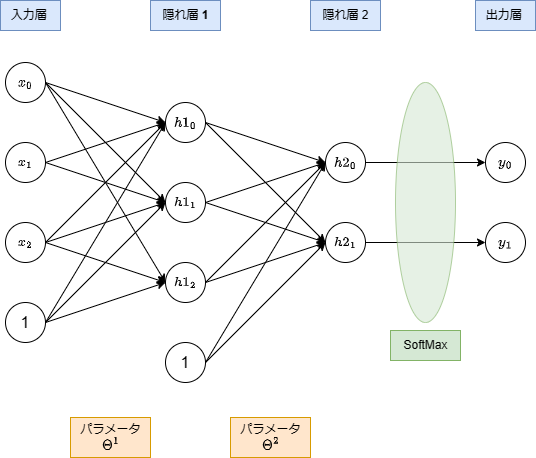
Before: images/dn.png, a diagram exported from draw.io (nikaided/FTLLM). Source tidied: cells renumbered, new cells last; positions are measured from the earlier drawing's top-left corner, leaving out a move shared by most shapes.
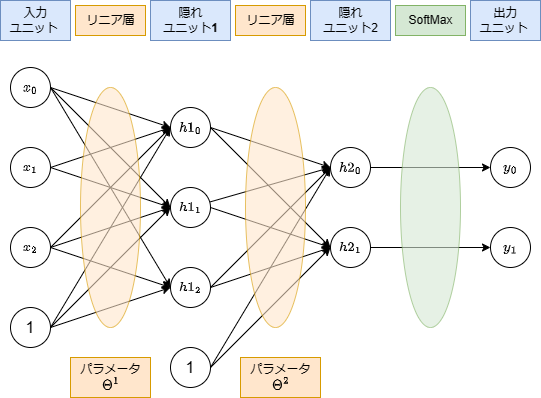
The same file after the commit.

What changed in the source:
```diff
@@ -44,12 +44,12 @@
     <mxCell id="15" value="`h1_0`" style="ellipse;whiteSpace=wrap;html=1;" parent="1" vertex="1">
       <mxGeometry x="165" y="102" width="40" height="40" as="geometry" />
     </mxCell>
+    <mxCell id="17" style="rounded=0;jettySize=auto;html=1;exitX=1;exitY=0.5;exitDx=0;exitDy=0;entryX=0;entryY=0.5;entryDx=0;entryDy=0;" parent="1" edge="1" source="18" target="27">
+      <mxGeometry relative="1" as="geometry" />
+    </mxCell>
-    <mxCell id="16" style="rounded=0;jettySize=auto;html=1;exitX=1;exitY=0.5;exitDx=0;exitDy=0;entryX=0;entryY=0.5;entryDx=0;entryDy=0;" parent="1" edge="1" source="18" target="29">
+    <mxCell id="16" style="rounded=0;jettySize=auto;html=1;entryX=0;entryY=0.5;entryDx=0;entryDy=0;" parent="1" edge="1" source="18" target="29">
       <mxGeometry relative="1" as="geometry" />
     </mxCell>
-    <mxCell id="17" style="rounded=0;jettySize=auto;html=1;exitX=1;exitY=0.5;exitDx=0;exitDy=0;entryX=0;entryY=0.5;entryDx=0;entryDy=0;" parent="1" edge="1" source="18" target="27">
-      <mxGeometry relative="1" as="geometry" />
-    </mxCell>
     <mxCell id="18" value="`h1_1`" style="ellipse;whiteSpace=wrap;html=1;" parent="1" vertex="1">
       <mxGeometry x="165" y="182" width="40" height="40" as="geometry" />
     </mxCell>
@@ -88,11 +88,11 @@
     <mxCell id="29" value="`h2_0`" style="ellipse;whiteSpace=wrap;html=1;" parent="1" vertex="1">
       <mxGeometry x="325" y="142" width="40" height="40" as="geometry" />
     </mxCell>
-    <mxCell id="30" value="&lt;font style=&quot;font-size: 12px;&quot;&gt;パラメータ&lt;br&gt;`Theta^1`&lt;/font&gt;" style="text;html=1;align=center;verticalAlign=middle;strokeColor=#d79b00;fillColor=#ffe6cc;" parent="1" vertex="1">
-      <mxGeometry x="70" y="417" width="80" height="40" as="geometry" />
+    <mxCell id="30" value="SoftMax" style="text;html=1;align=center;verticalAlign=middle;strokeColor=#82b366;fillColor=#d5e8d4;" parent="1" vertex="1">
+      <mxGeometry x="390" width="70" height="30" as="geometry" />
     </mxCell>
     <mxCell id="31" value="&lt;font style=&quot;font-size: 12px;&quot;&gt;パラメータ&lt;br&gt;`Theta^2`&lt;/font&gt;" style="text;html=1;align=center;verticalAlign=middle;strokeColor=#d79b00;fillColor=#ffe6cc;" parent="1" vertex="1">
-      <mxGeometry x="230" y="417" width="80" height="40" as="geometry" />
+      <mxGeometry x="235" y="352" width="80" height="40" as="geometry" />
     </mxCell>
     <mxCell id="32" style="rounded=0;jettySize=auto;html=1;exitX=1;exitY=0.5;exitDx=0;exitDy=0;entryX=0;entryY=0.5;entryDx=0;entryDy=0;" parent="1" edge="1" source="34" target="29">
       <mxGeometry relative="1" as="geometry" />
@@ -103,14 +103,14 @@
     <mxCell id="34" value="&lt;font style=&quot;font-size: 16px;&quot;&gt;1&lt;/font&gt;" style="ellipse;whiteSpace=wrap;html=1;" parent="1" vertex="1">
       <mxGeometry x="165" y="342" width="40" height="40" as="geometry" />
     </mxCell>
-    <mxCell id="35" value="入力層&amp;nbsp;" style="text;html=1;align=center;verticalAlign=middle;strokeColor=#6c8ebf;fillColor=#dae8fc;" parent="1" vertex="1">
-      <mxGeometry width="60" height="30" as="geometry" />
+    <mxCell id="35" value="入力&lt;br&gt;ユニット&amp;nbsp;" style="text;html=1;align=center;verticalAlign=middle;strokeColor=#6c8ebf;fillColor=#dae8fc;" parent="1" vertex="1">
+      <mxGeometry x="-5" y="-5" width="70" height="40" as="geometry" />
     </mxCell>
-    <mxCell id="36" value="隠れ層 &lt;b&gt;1&lt;/b&gt;" style="text;html=1;align=center;verticalAlign=middle;strokeColor=#6c8ebf;fillColor=#dae8fc;" parent="1" vertex="1">
-      <mxGeometry x="150" width="70" height="30" as="geometry" />
+    <mxCell id="36" value="隠れ&lt;br&gt;ユニット&lt;b&gt;1&lt;/b&gt;" style="text;html=1;align=center;verticalAlign=middle;strokeColor=#6c8ebf;fillColor=#dae8fc;" parent="1" vertex="1">
+      <mxGeometry x="145" y="-5" width="80" height="40" as="geometry" />
     </mxCell>
-    <mxCell id="37" value="隠れ層 2" style="text;html=1;align=center;verticalAlign=middle;strokeColor=#6c8ebf;fillColor=#dae8fc;" parent="1" vertex="1">
-      <mxGeometry x="310" width="70" height="30" as="geometry" />
+    <mxCell id="37" value="隠れ&lt;br&gt;ユニット2" style="text;html=1;align=center;verticalAlign=middle;strokeColor=#6c8ebf;fillColor=#dae8fc;" parent="1" vertex="1">
+      <mxGeometry x="305" y="-5" width="80" height="40" as="geometry" />
     </mxCell>
     <mxCell id="38" value="`y_1`" style="ellipse;whiteSpace=wrap;html=1;" parent="1" vertex="1">
       <mxGeometry x="485" y="222" width="40" height="40" as="geometry" />
@@ -121,11 +121,23 @@
     <mxCell id="40" style="ellipse;whiteSpace=wrap;html=1;fillColor=#d5e8d4;strokeColor=#82b366;opacity=60;" parent="1" vertex="1">
       <mxGeometry x="395" y="82" width="60" height="240" as="geometry" />
     </mxCell>
-    <mxCell id="41" value="SoftMax" style="text;html=1;align=center;verticalAlign=middle;strokeColor=#82b366;fillColor=#d5e8d4;" parent="1" vertex="1">
-      <mxGeometry x="390" y="330" width="70" height="30" as="geometry" />
-    </mxCell>
-    <mxCell id="42" value="出力層&amp;nbsp;" style="text;html=1;align=center;verticalAlign=middle;strokeColor=#6c8ebf;fillColor=#dae8fc;" parent="1" vertex="1">
-      <mxGeometry x="475" width="60" height="30" as="geometry" />
+    <mxCell id="42" value="出力&lt;br&gt;ユニット&amp;nbsp;" style="text;html=1;align=center;verticalAlign=middle;strokeColor=#6c8ebf;fillColor=#dae8fc;" parent="1" vertex="1">
+      <mxGeometry x="465" y="-5" width="70" height="40" as="geometry" />
     </mxCell>
+    <mxCell id="43" value="リニア層" style="text;html=1;align=center;verticalAlign=middle;strokeColor=#d79b00;fillColor=#ffe6cc;" parent="1" vertex="1">
+      <mxGeometry x="70" width="70" height="30" as="geometry" />
+    </mxCell>
+    <mxCell id="44" value="リニア層" style="text;html=1;align=center;verticalAlign=middle;strokeColor=#d79b00;fillColor=#ffe6cc;" parent="1" vertex="1">
+      <mxGeometry x="230" width="70" height="30" as="geometry" />
+    </mxCell>
+    <mxCell id="45" style="ellipse;whiteSpace=wrap;html=1;fillColor=#ffe6cc;strokeColor=#d79b00;opacity=60;" parent="1" vertex="1">
+      <mxGeometry x="75" y="82" width="60" height="240" as="geometry" />
+    </mxCell>
+    <mxCell id="46" value="&lt;font style=&quot;font-size: 12px;&quot;&gt;パラメータ&lt;br&gt;`Theta^1`&lt;/font&gt;" style="text;html=1;align=center;verticalAlign=middle;strokeColor=#d79b00;fillColor=#ffe6cc;" parent="1" vertex="1">
+      <mxGeometry x="65" y="352" width="80" height="40" as="geometry" />
+    </mxCell>
+    <mxCell id="47" style="ellipse;whiteSpace=wrap;html=1;fillColor=#ffe6cc;strokeColor=#d79b00;opacity=60;" parent="1" vertex="1">
+      <mxGeometry x="240" y="82" width="60" height="240" as="geometry" />
+    </mxCell>
   </root>
 </mxGraphModel>
```
